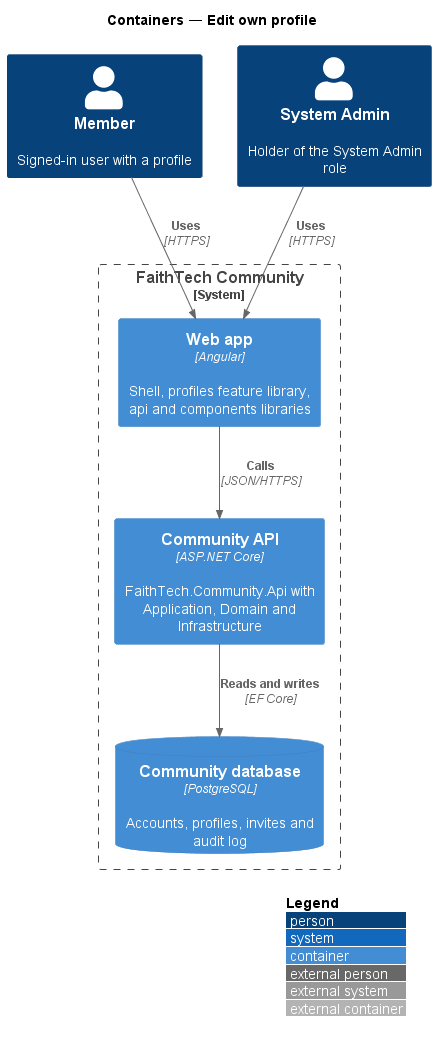
Before: docs/detailed-designs/profiles/edit-own-profile/diagrams/c4-container.png, a diagram exported from PlantUML (QuinntyneBrown/faithtech-community). Its diagram source:
```plantuml
@startuml
!include <C4/C4_Container>
LAYOUT_WITH_LEGEND()
title Containers — Edit own profile

Person(member, "Member", "Signed-in user with a profile")
Person(admin, "System Admin", "Holder of the System Admin role")
System_Boundary(ftc, "FaithTech Community") {
  Container(spa, "Web app", "Angular", "Shell, profiles feature library, api and components libraries")
  Container(api, "Community API", "ASP.NET Core", "FaithTech.Community.Api with Application, Domain and Infrastructure")
  ContainerDb(db, "Community database", "PostgreSQL", "Accounts, profiles, invites and audit log")
}
Rel(member, spa, "Uses", "HTTPS")
Rel(admin, spa, "Uses", "HTTPS")
Rel(spa, api, "Calls", "JSON/HTTPS")
Rel(api, db, "Reads and writes", "EF Core")
@enduml
```
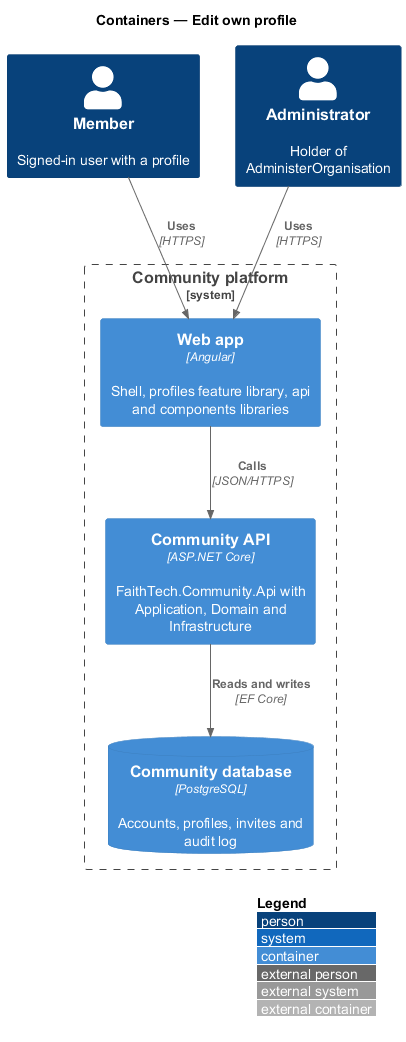
The same diagram one commit later.

Change to the diagram source:
```diff
@@ -4,8 +4,8 @@
 title Containers — Edit own profile
 
 Person(member, "Member", "Signed-in user with a profile")
-Person(admin, "System Admin", "Holder of the System Admin role")
-System_Boundary(ftc, "FaithTech Community") {
+Person(admin, "Administrator", "Holder of AdministerOrganisation")
+System_Boundary(ftc, "Community platform") {
   Container(spa, "Web app", "Angular", "Shell, profiles feature library, api and components libraries")
   Container(api, "Community API", "ASP.NET Core", "FaithTech.Community.Api with Application, Domain and Infrastructure")
   ContainerDb(db, "Community database", "PostgreSQL", "Accounts, profiles, invites and audit log")
```
